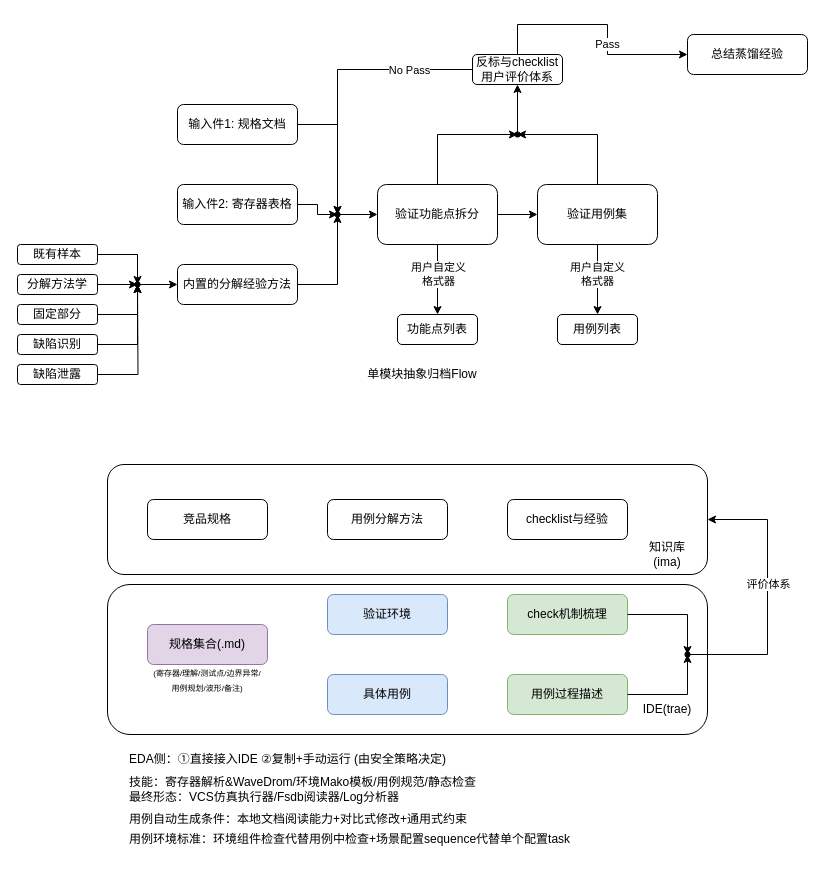
This is page "基于AI的用例与规格点分解" (6 of 6) of drawio/杂项.drawio from iceyxy/flow-chart-drawio, a draw.io file, before an edit. Source tidied: cells renumbered, new cells numbered last; positions are measured from the earlier drawing's top-left corner, leaving out a move shared by most shapes. Both pictures are drawn from the tidied source at 100%, with x=0, y=0 at pixel (17, 24).
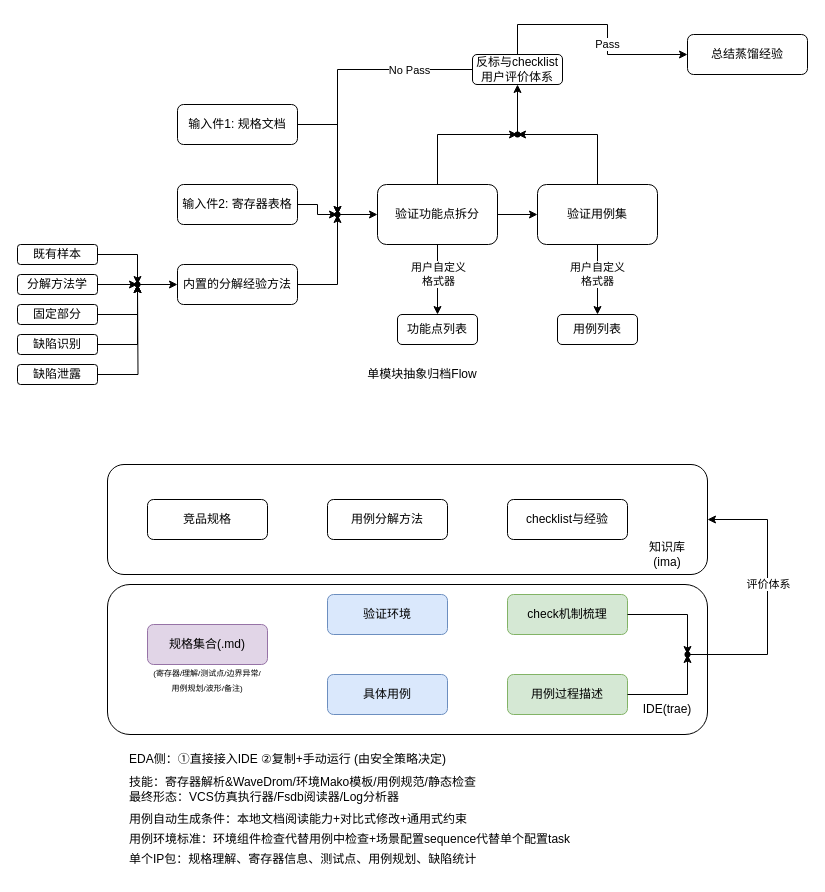
Above is the later version.

The edit, as a diff of the source:
```diff
@@
+    <mxCell id="64" value="单个IP包：规格理解、寄存器信息、测试点、用例规划、缺陷统计" style="text;html=1;whiteSpace=wrap;strokeColor=none;fillColor=none;align=left;verticalAlign=middle;rounded=0;" parent="1" vertex="1">
+      <mxGeometry x="110" y="820" width="370" height="30" as="geometry" />
+    </mxCell>
```
